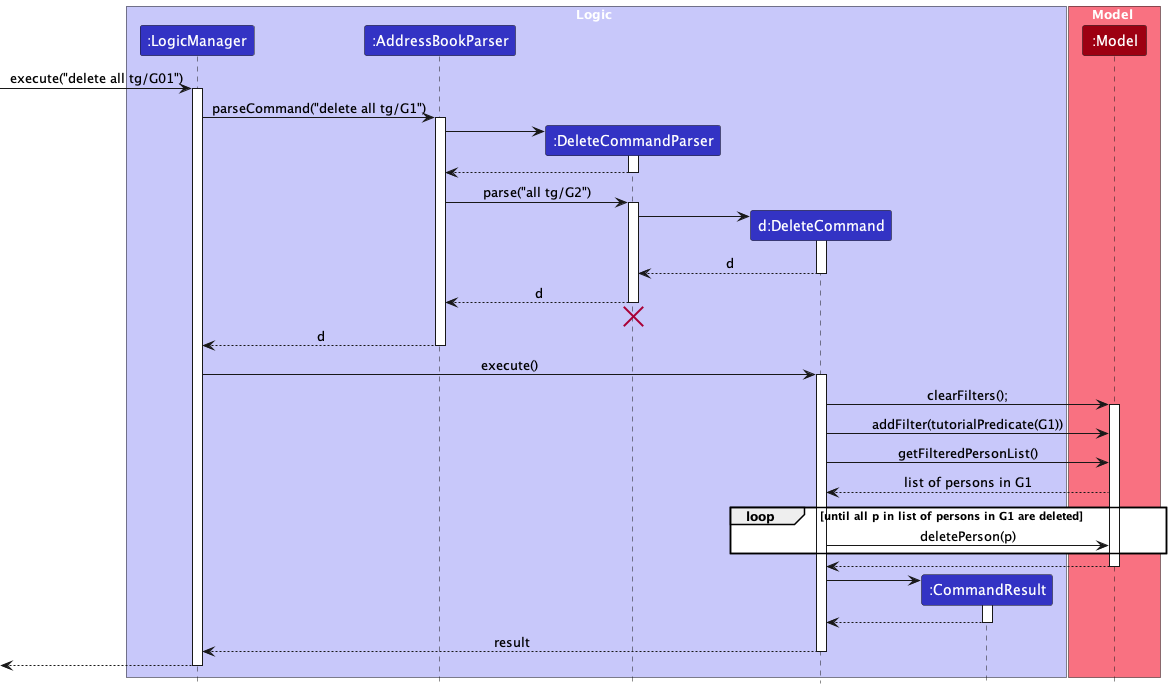
nus-cs2103-AY2324S1/tp keeps this PlantUML diagram as docs/images/DeleteAllSeqDiagram.png. Above is the earlier version. Its diagram source:
```plantuml
@startuml
!include style.puml
skinparam ArrowFontStyle plain

box Logic LOGIC_COLOR_T1
participant ":LogicManager" as LogicManager LOGIC_COLOR
participant ":AddressBookParser" as AddressBookParser LOGIC_COLOR
participant ":DeleteCommandParser" as DeleteCommandParser LOGIC_COLOR
participant "d:DeleteCommand" as DeleteCommand LOGIC_COLOR
participant ":CommandResult" as CommandResult LOGIC_COLOR
end box

box Model MODEL_COLOR_T1
participant ":Model" as Model MODEL_COLOR
end box

[-> LogicManager : execute("delete all tg/G01")
activate LogicManager

LogicManager -> AddressBookParser : parseCommand("delete all tg/G1")
activate AddressBookParser

create DeleteCommandParser
AddressBookParser -> DeleteCommandParser
activate DeleteCommandParser

DeleteCommandParser --> AddressBookParser
deactivate DeleteCommandParser

AddressBookParser -> DeleteCommandParser : parse("all tg/G2")
activate DeleteCommandParser

create DeleteCommand
DeleteCommandParser -> DeleteCommand
activate DeleteCommand

DeleteCommand --> DeleteCommandParser : d
deactivate DeleteCommand

DeleteCommandParser --> AddressBookParser : d
deactivate DeleteCommandParser
DeleteCommandParser -[hidden]-> AddressBookParser
destroy DeleteCommandParser

AddressBookParser --> LogicManager : d
deactivate AddressBookParser

LogicManager -> DeleteCommand : execute()
activate DeleteCommand

DeleteCommand -> Model : clearFilters();
activate Model

DeleteCommand -> Model : addFilter(tutorialPredicate(G1))

DeleteCommand -> Model : getFilteredPersonList()
Model --> DeleteCommand : list of persons in G1

loop until all p in list of persons in G1 are deleted
    DeleteCommand -> Model : deletePerson(p)
end

Model --> DeleteCommand
deactivate Model

create CommandResult
DeleteCommand -> CommandResult
activate CommandResult

CommandResult --> DeleteCommand
deactivate CommandResult

DeleteCommand --> LogicManager : result
deactivate DeleteCommand

[<--LogicManager
deactivate LogicManager
@enduml
```
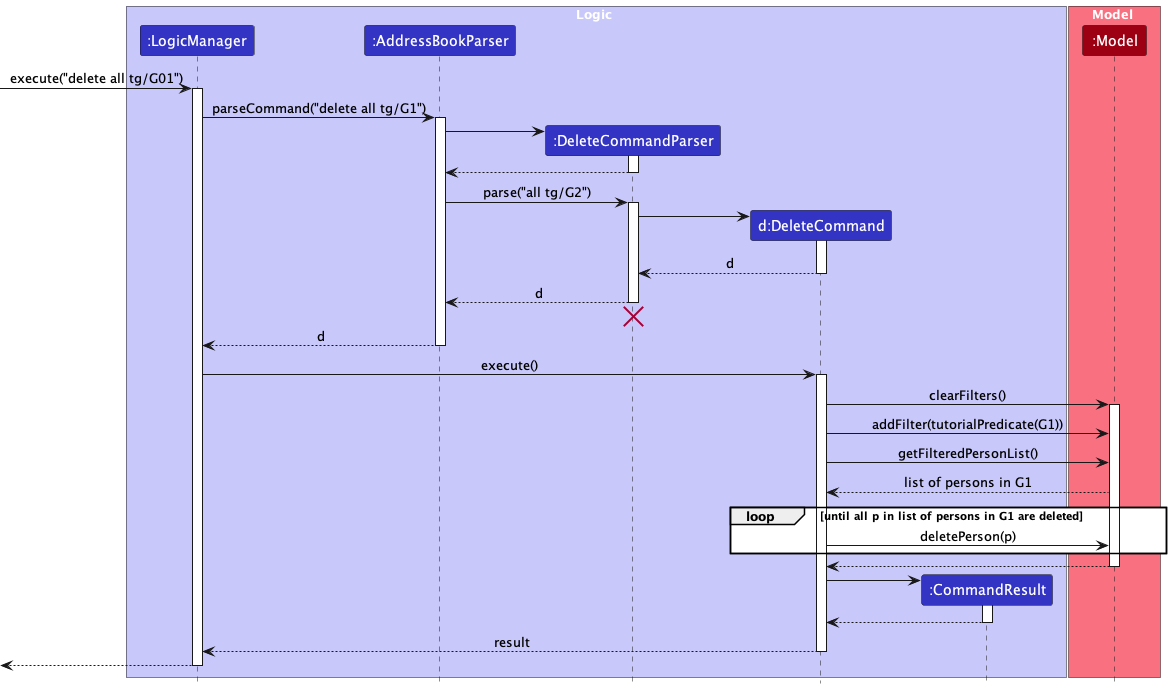
The same diagram one commit later.

Commit message:
Update use cases, diagrams in DeveloperGuide.md

What changed in the source:
```diff
@@ -48,7 +48,7 @@
 LogicManager -> DeleteCommand : execute()
 activate DeleteCommand
 
-DeleteCommand -> Model : clearFilters();
+DeleteCommand -> Model : clearFilters()
 activate Model
 
 DeleteCommand -> Model : addFilter(tutorialPredicate(G1))
```
